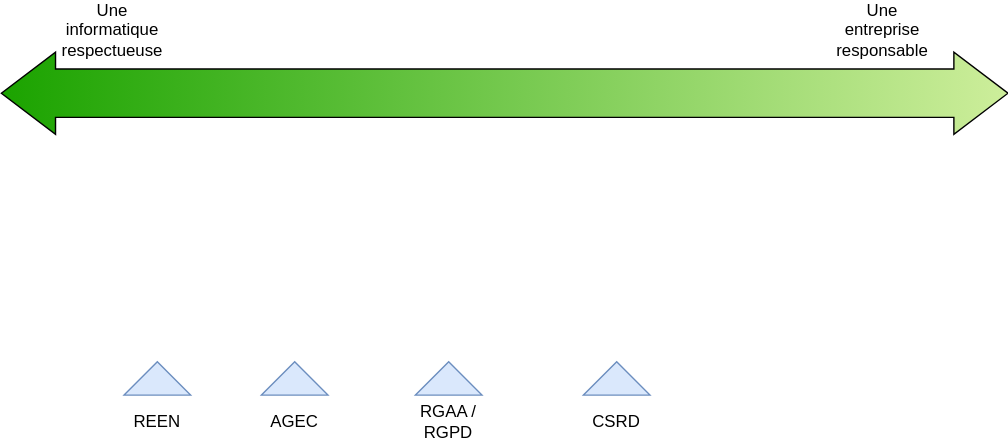
marc-bouvier/svelte-i18n-json-at-html keeps this draw.io diagram as static/img/expertises.drawio.svg. Above is the earlier version. Source tidied: cells renumbered, new cells last; positions are measured from the earlier drawing's top-left corner, leaving out a move shared by most shapes. The source it was exported from:
```xml
<mxGraphModel>
  <root>
    <mxCell id="0" />
    <mxCell id="1" parent="0" />
    <mxCell id="2" style="shape=flexArrow;endArrow=classic;startArrow=classic;html=1;rounded=0;fillColor=#1ba300;gradientColor=#cdee9b;gradientDirection=east;width=34.48275862068966;endSize=12.553333333333333;endWidth=23.115338882282995;startWidth=23.115338882282995;startSize=12.553333333333333;" parent="1" edge="1">
      <mxGeometry relative="1" as="geometry">
        <mxPoint x="720" y="60" as="sourcePoint" />
        <mxPoint y="60" as="targetPoint" />
      </mxGeometry>
    </mxCell>
    <mxCell id="3" value="Une informatique respectueuse" style="text;html=1;align=center;verticalAlign=middle;whiteSpace=wrap;rounded=0;" parent="1" vertex="1">
      <mxGeometry x="50" width="60" height="30" as="geometry" />
    </mxCell>
    <mxCell id="4" value="Une entreprise responsable" style="text;html=1;align=center;verticalAlign=middle;whiteSpace=wrap;rounded=0;" parent="1" vertex="1">
      <mxGeometry x="600" width="60" height="30" as="geometry" />
    </mxCell>
    <mxCell id="5" style="triangle;whiteSpace=wrap;html=1;rotation=-90;fillColor=#dae8fc;strokeColor=#6c8ebf;" parent="1" vertex="1">
      <mxGeometry x="100" y="240" width="23.8" height="47.5" as="geometry" />
    </mxCell>
    <mxCell id="6" value="REEN" style="text;html=1;align=center;verticalAlign=middle;whiteSpace=wrap;rounded=0;" parent="1" vertex="1">
      <mxGeometry x="81.9" y="280" width="60" height="30" as="geometry" />
    </mxCell>
    <mxCell id="7" style="triangle;whiteSpace=wrap;html=1;rotation=-90;fillColor=#dae8fc;strokeColor=#6c8ebf;" parent="1" vertex="1">
      <mxGeometry x="198.1" y="240" width="23.8" height="47.5" as="geometry" />
    </mxCell>
    <mxCell id="8" value="AGEC" style="text;html=1;align=center;verticalAlign=middle;whiteSpace=wrap;rounded=0;" parent="1" vertex="1">
      <mxGeometry x="180" y="280" width="60" height="30" as="geometry" />
    </mxCell>
    <mxCell id="9" style="triangle;whiteSpace=wrap;html=1;rotation=-90;fillColor=#dae8fc;strokeColor=#6c8ebf;" parent="1" vertex="1">
      <mxGeometry x="308.1" y="240" width="23.8" height="47.5" as="geometry" />
    </mxCell>
    <mxCell id="10" value="RGAA / RGPD" style="text;html=1;align=center;verticalAlign=middle;whiteSpace=wrap;rounded=0;" parent="1" vertex="1">
      <mxGeometry x="290" y="280" width="60" height="30" as="geometry" />
    </mxCell>
    <mxCell id="11" style="triangle;whiteSpace=wrap;html=1;rotation=-90;fillColor=#dae8fc;strokeColor=#6c8ebf;" parent="1" vertex="1">
      <mxGeometry x="428.1" y="240" width="23.8" height="47.5" as="geometry" />
    </mxCell>
    <mxCell id="12" value="CSRD" style="text;html=1;align=center;verticalAlign=middle;whiteSpace=wrap;rounded=0;" parent="1" vertex="1">
      <mxGeometry x="410" y="280" width="60" height="30" as="geometry" />
    </mxCell>
  </root>
</mxGraphModel>
```
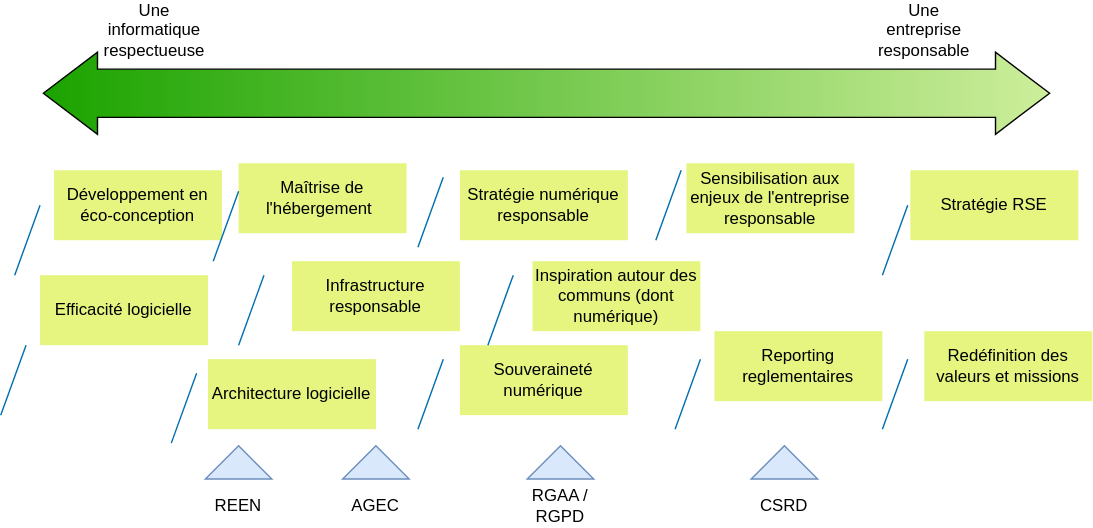
After the change.

The edit, as a diff of the source:
```diff
@@ -15,28 +15,136 @@
       <mxGeometry x="600" width="60" height="30" as="geometry" />
     </mxCell>
     <mxCell id="5" style="triangle;whiteSpace=wrap;html=1;rotation=-90;fillColor=#dae8fc;strokeColor=#6c8ebf;" parent="1" vertex="1">
-      <mxGeometry x="100" y="240" width="23.8" height="47.5" as="geometry" />
+      <mxGeometry x="128.1" y="300" width="23.8" height="47.5" as="geometry" />
     </mxCell>
     <mxCell id="6" value="REEN" style="text;html=1;align=center;verticalAlign=middle;whiteSpace=wrap;rounded=0;" parent="1" vertex="1">
-      <mxGeometry x="81.9" y="280" width="60" height="30" as="geometry" />
+      <mxGeometry x="110" y="340" width="60" height="30" as="geometry" />
     </mxCell>
     <mxCell id="7" style="triangle;whiteSpace=wrap;html=1;rotation=-90;fillColor=#dae8fc;strokeColor=#6c8ebf;" parent="1" vertex="1">
-      <mxGeometry x="198.1" y="240" width="23.8" height="47.5" as="geometry" />
+      <mxGeometry x="226.2" y="300" width="23.8" height="47.5" as="geometry" />
     </mxCell>
     <mxCell id="8" value="AGEC" style="text;html=1;align=center;verticalAlign=middle;whiteSpace=wrap;rounded=0;" parent="1" vertex="1">
-      <mxGeometry x="180" y="280" width="60" height="30" as="geometry" />
+      <mxGeometry x="208.1" y="340" width="60" height="30" as="geometry" />
     </mxCell>
     <mxCell id="9" style="triangle;whiteSpace=wrap;html=1;rotation=-90;fillColor=#dae8fc;strokeColor=#6c8ebf;" parent="1" vertex="1">
-      <mxGeometry x="308.1" y="240" width="23.8" height="47.5" as="geometry" />
+      <mxGeometry x="358.1" y="300" width="23.8" height="47.5" as="geometry" />
     </mxCell>
     <mxCell id="10" value="RGAA / RGPD" style="text;html=1;align=center;verticalAlign=middle;whiteSpace=wrap;rounded=0;" parent="1" vertex="1">
-      <mxGeometry x="290" y="280" width="60" height="30" as="geometry" />
+      <mxGeometry x="340" y="340" width="60" height="30" as="geometry" />
     </mxCell>
     <mxCell id="11" style="triangle;whiteSpace=wrap;html=1;rotation=-90;fillColor=#dae8fc;strokeColor=#6c8ebf;" parent="1" vertex="1">
-      <mxGeometry x="428.1" y="240" width="23.8" height="47.5" as="geometry" />
+      <mxGeometry x="518.1" y="300" width="23.8" height="47.5" as="geometry" />
     </mxCell>
     <mxCell id="12" value="CSRD" style="text;html=1;align=center;verticalAlign=middle;whiteSpace=wrap;rounded=0;" parent="1" vertex="1">
-      <mxGeometry x="410" y="280" width="60" height="30" as="geometry" />
+      <mxGeometry x="500" y="340" width="60" height="30" as="geometry" />
     </mxCell>
+    <mxCell id="13" value="Développement en éco-conception" style="rounded=0;whiteSpace=wrap;html=1;fillColor=#E5F57F;fontColor=#000000;strokeColor=none;" parent="1" vertex="1">
+      <mxGeometry x="8.1" y="115" width="120" height="50" as="geometry" />
+    </mxCell>
+    <mxCell id="14" value="Maîtrise de l'hébergement&lt;span style=&quot;white-space: pre;&quot;&gt;&#9;&lt;/span&gt;" style="rounded=0;whiteSpace=wrap;html=1;fillColor=#E5F57F;fontColor=#000000;strokeColor=none;" parent="1" vertex="1">
+      <mxGeometry x="140" y="110" width="120" height="50" as="geometry" />
+    </mxCell>
+    <mxCell id="15" value="Efficacité logicielle" style="rounded=0;whiteSpace=wrap;html=1;fillColor=#E5F57F;fontColor=#000000;strokeColor=none;" parent="1" vertex="1">
+      <mxGeometry x="-1.9" y="190" width="120" height="50" as="geometry" />
+    </mxCell>
+    <mxCell id="16" value="Infrastructure responsable" style="rounded=0;whiteSpace=wrap;html=1;fillColor=#E5F57F;fontColor=#000000;strokeColor=none;" parent="1" vertex="1">
+      <mxGeometry x="178.1" y="180" width="120" height="50" as="geometry" />
+    </mxCell>
+    <mxCell id="17" value="Architecture logicielle" style="rounded=0;whiteSpace=wrap;html=1;fillColor=#E5F57F;fontColor=#000000;strokeColor=none;" parent="1" vertex="1">
+      <mxGeometry x="118.1" y="250" width="120" height="50" as="geometry" />
+    </mxCell>
+    <mxCell id="18" value="Souveraineté numérique" style="rounded=0;whiteSpace=wrap;html=1;fillColor=#E5F57F;fontColor=#000000;strokeColor=none;" parent="1" vertex="1">
+      <mxGeometry x="298.1" y="240" width="120" height="50" as="geometry" />
+    </mxCell>
+    <mxCell id="19" value="Stratégie numérique responsable" style="rounded=0;whiteSpace=wrap;html=1;fillColor=#E5F57F;fontColor=#000000;strokeColor=none;" parent="1" vertex="1">
+      <mxGeometry x="298.1" y="115" width="120" height="50" as="geometry" />
+    </mxCell>
+    <mxCell id="20" value="Inspiration autour des communs (dont numérique)" style="rounded=0;whiteSpace=wrap;html=1;fillColor=#E5F57F;fontColor=#000000;strokeColor=none;" parent="1" vertex="1">
+      <mxGeometry x="350" y="180" width="120" height="50" as="geometry" />
+    </mxCell>
+    <mxCell id="21" value="Sensibilisation aux enjeux de l'entreprise responsable" style="rounded=0;whiteSpace=wrap;html=1;fillColor=#E5F57F;fontColor=#000000;strokeColor=none;" parent="1" vertex="1">
+      <mxGeometry x="460" y="110" width="120" height="50" as="geometry" />
+    </mxCell>
+    <mxCell id="22" value="Stratégie RSE" style="rounded=0;whiteSpace=wrap;html=1;fillColor=#E5F57F;fontColor=#000000;strokeColor=none;" parent="1" vertex="1">
+      <mxGeometry x="620" y="115" width="120" height="50" as="geometry" />
+    </mxCell>
+    <mxCell id="23" value="Reporting reglementaires" style="rounded=0;whiteSpace=wrap;html=1;fillColor=#E5F57F;fontColor=#000000;strokeColor=none;" parent="1" vertex="1">
+      <mxGeometry x="480" y="230" width="120" height="50" as="geometry" />
+    </mxCell>
+    <mxCell id="24" value="Redéfinition des valeurs et missions" style="rounded=0;whiteSpace=wrap;html=1;fillColor=#E5F57F;fontColor=#000000;strokeColor=none;" parent="1" vertex="1">
+      <mxGeometry x="630" y="230" width="120" height="50" as="geometry" />
+    </mxCell>
+    <mxCell id="25" style="endArrow=none;html=1;rounded=0;fillColor=#1ba1e2;strokeColor=#006EAF;" parent="1" edge="1">
+      <mxGeometry relative="1" as="geometry">
+        <mxPoint x="-20" y="190" as="sourcePoint" />
+        <mxPoint x="-1.9" y="140" as="targetPoint" />
+      </mxGeometry>
+    </mxCell>
+    <mxCell id="26" style="endArrow=none;html=1;rounded=0;fillColor=#1ba1e2;strokeColor=#006EAF;" parent="1" edge="1">
+      <mxGeometry relative="1" as="geometry">
+        <mxPoint x="-30" y="290" as="sourcePoint" />
+        <mxPoint x="-11.9" y="240" as="targetPoint" />
+      </mxGeometry>
+    </mxCell>
+    <mxCell id="27" style="endArrow=none;html=1;rounded=0;fillColor=#1ba1e2;strokeColor=#006EAF;" parent="1" edge="1">
+      <mxGeometry relative="1" as="geometry">
+        <mxPoint x="121.9" y="180" as="sourcePoint" />
+        <mxPoint x="140" y="130" as="targetPoint" />
+      </mxGeometry>
+    </mxCell>
+    <mxCell id="28" style="endArrow=none;html=1;rounded=0;fillColor=#1ba1e2;strokeColor=#006EAF;" parent="1" edge="1">
+      <mxGeometry relative="1" as="geometry">
+        <mxPoint x="91.9" y="310" as="sourcePoint" />
+        <mxPoint x="110" y="260" as="targetPoint" />
+      </mxGeometry>
+    </mxCell>
+    <mxCell id="29" style="endArrow=none;html=1;rounded=0;fillColor=#1ba1e2;strokeColor=#006EAF;" parent="1" edge="1">
+      <mxGeometry relative="1" as="geometry">
+        <mxPoint x="140" y="240" as="sourcePoint" />
+        <mxPoint x="158.1" y="190" as="targetPoint" />
+      </mxGeometry>
+    </mxCell>
+    <mxCell id="30" style="endArrow=none;html=1;rounded=0;fillColor=#1ba1e2;strokeColor=#006EAF;" parent="1" edge="1">
+      <mxGeometry relative="1" as="geometry">
+        <mxPoint x="268.1" y="300" as="sourcePoint" />
+        <mxPoint x="286.2" y="250" as="targetPoint" />
+      </mxGeometry>
+    </mxCell>
+    <mxCell id="31" style="endArrow=none;html=1;rounded=0;fillColor=#1ba1e2;strokeColor=#006EAF;" parent="1" edge="1">
+      <mxGeometry relative="1" as="geometry">
+        <mxPoint x="268.1" y="170" as="sourcePoint" />
+        <mxPoint x="286.2" y="120" as="targetPoint" />
+      </mxGeometry>
+    </mxCell>
+    <mxCell id="32" style="endArrow=none;html=1;rounded=0;fillColor=#1ba1e2;strokeColor=#006EAF;" parent="1" edge="1">
+      <mxGeometry relative="1" as="geometry">
+        <mxPoint x="318.1" y="240" as="sourcePoint" />
+        <mxPoint x="336.2" y="190" as="targetPoint" />
+      </mxGeometry>
+    </mxCell>
+    <mxCell id="33" style="endArrow=none;html=1;rounded=0;fillColor=#1ba1e2;strokeColor=#006EAF;" parent="1" edge="1">
+      <mxGeometry relative="1" as="geometry">
+        <mxPoint x="438.1" y="165" as="sourcePoint" />
+        <mxPoint x="456.2" y="115" as="targetPoint" />
+      </mxGeometry>
+    </mxCell>
+    <mxCell id="34" style="endArrow=none;html=1;rounded=0;fillColor=#1ba1e2;strokeColor=#006EAF;" parent="1" edge="1">
+      <mxGeometry relative="1" as="geometry">
+        <mxPoint x="451.9" y="300" as="sourcePoint" />
+        <mxPoint x="470" y="250" as="targetPoint" />
+      </mxGeometry>
+    </mxCell>
+    <mxCell id="35" style="endArrow=none;html=1;rounded=0;fillColor=#1ba1e2;strokeColor=#006EAF;" parent="1" edge="1">
+      <mxGeometry relative="1" as="geometry">
+        <mxPoint x="600" y="190" as="sourcePoint" />
+        <mxPoint x="618.1" y="140" as="targetPoint" />
+      </mxGeometry>
+    </mxCell>
+    <mxCell id="36" style="endArrow=none;html=1;rounded=0;fillColor=#1ba1e2;strokeColor=#006EAF;" parent="1" edge="1">
+      <mxGeometry relative="1" as="geometry">
+        <mxPoint x="600" y="300" as="sourcePoint" />
+        <mxPoint x="618.1" y="250" as="targetPoint" />
+      </mxGeometry>
+    </mxCell>
   </root>
 </mxGraphModel>
```
